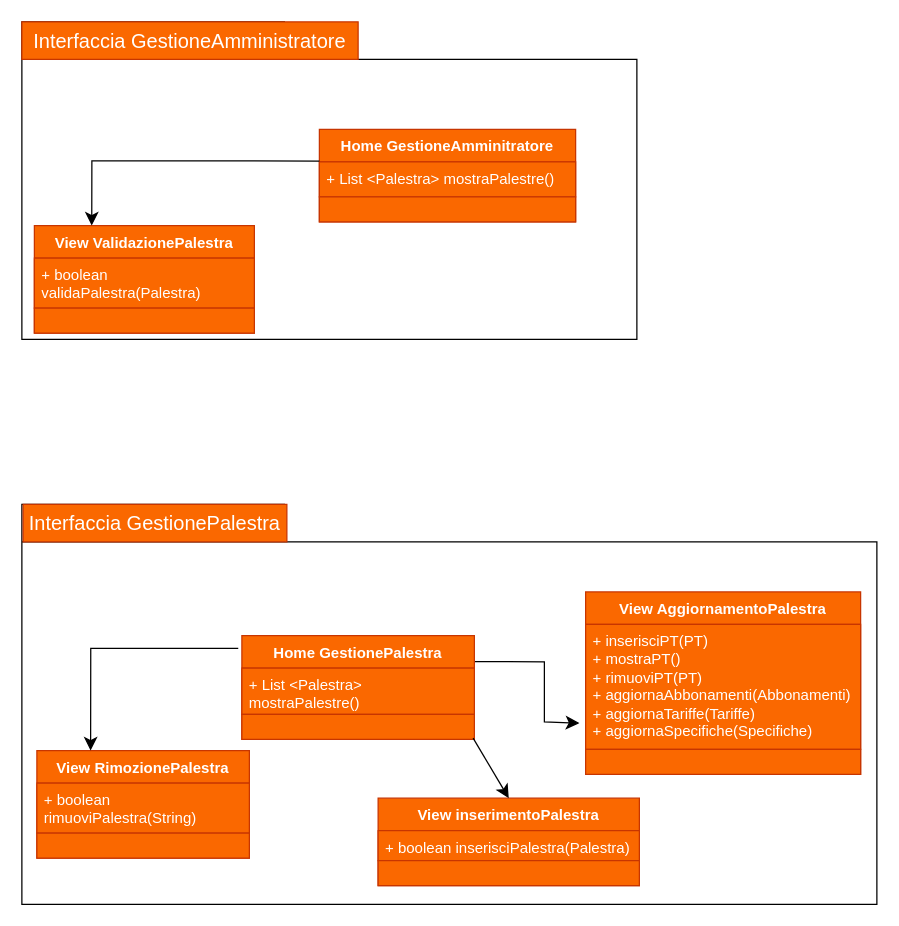
Earlier version of the draw.io diagram Diagrammi_Package/Classi/DPackageGestAmm.drawio (JosephBoom02/Progetto_Ingegneria_del_Software). Source tidied: cells renumbered, new cells numbered last; positions are measured from the earlier drawing's top-left corner, leaving out a move shared by most shapes. Both pictures are drawn from the tidied source at 125%, with x=0, y=0 at pixel (21, 21).
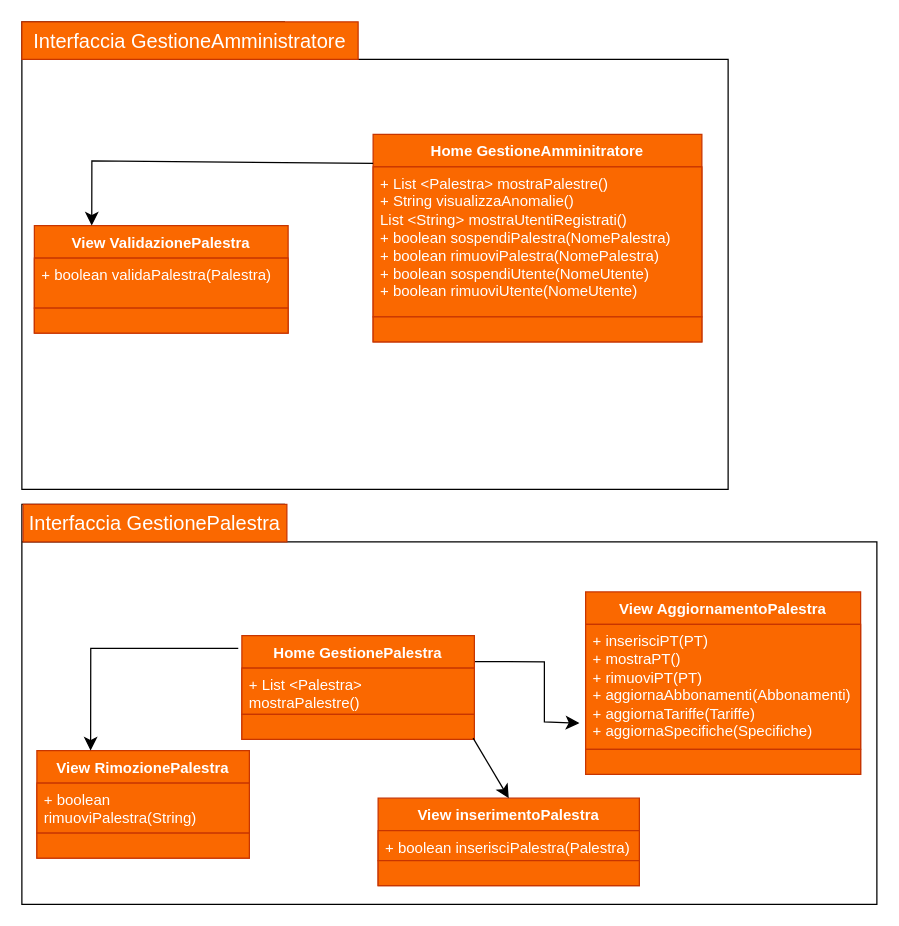
Above is the later version.

The edit, as a diff of the source:
```diff
@@
     <mxCell id="2" style="shape=folder;fontStyle=1;spacingTop=10;tabWidth=210;tabHeight=30;tabPosition=left;html=1;whiteSpace=wrap;" parent="1" vertex="1">
-      <mxGeometry width="492" height="254" as="geometry" />
+      <mxGeometry width="565" height="374" as="geometry" />
     </mxCell>
@@
     <mxCell id="5" value="&lt;font color=&quot;#ffffff&quot;&gt;View ValidazionePalestra&lt;br&gt;&lt;/font&gt;" style="swimlane;fontStyle=1;align=center;verticalAlign=top;horizontal=1;startSize=26;whiteSpace=wrap;html=1;fillColor=#fa6800;fontColor=#000000;strokeColor=#C73500;" parent="1" vertex="1">
-      <mxGeometry x="10" y="163" width="176" height="86" as="geometry" />
+      <mxGeometry x="10" y="163" width="203" height="86" as="geometry" />
     </mxCell>
     <mxCell id="6" value="&lt;font color=&quot;#ffffff&quot;&gt;+ boolean validaPalestra(Palestra)&lt;/font&gt;" style="text;strokeColor=#C73500;fillColor=#fa6800;align=left;verticalAlign=top;spacingLeft=4;spacingRight=4;overflow=hidden;whiteSpace=wrap;html=1;fontColor=#000000;" parent="5" vertex="1">
-      <mxGeometry y="26" width="176" height="40" as="geometry" />
+      <mxGeometry y="26" width="203" height="40" as="geometry" />
     </mxCell>
     <mxCell id="7" style="line;strokeWidth=1;fillColor=#fa6800;align=left;verticalAlign=middle;spacingTop=-1;spacingLeft=3;spacingRight=3;labelPosition=right;strokeColor=#FF8000;fontColor=#000000;" parent="5" vertex="1">
-      <mxGeometry y="66" width="176" as="geometry" />
+      <mxGeometry y="66" width="203" as="geometry" />
     </mxCell>
     <mxCell id="8" value="&lt;div&gt;&lt;br&gt;&lt;/div&gt;&lt;div&gt;&lt;br&gt;&lt;/div&gt;" style="text;strokeColor=#C73500;fillColor=#fa6800;align=left;verticalAlign=top;spacingLeft=4;spacingRight=4;overflow=hidden;whiteSpace=wrap;html=1;fontColor=#000000;" parent="5" vertex="1">
-      <mxGeometry y="66" width="176" height="20" as="geometry" />
+      <mxGeometry y="66" width="203" height="20" as="geometry" />
     </mxCell>
     <mxCell id="9" value="&lt;font color=&quot;#ffffff&quot;&gt;Home GestioneAmminitratore&lt;/font&gt;" style="swimlane;fontStyle=1;align=center;verticalAlign=top;horizontal=1;startSize=26;whiteSpace=wrap;html=1;fillColor=#fa6800;fontColor=#000000;strokeColor=#C73500;" parent="1" vertex="1">
-      <mxGeometry x="238" y="86" width="205" height="74" as="geometry" />
+      <mxGeometry x="281" y="90" width="263" height="166" as="geometry" />
     </mxCell>
-    <mxCell id="10" value="&lt;font color=&quot;#ffffff&quot;&gt;+ List &amp;lt;Palestra&amp;gt; mostraPalestre()&lt;/font&gt;" style="text;strokeColor=#C73500;fillColor=#fa6800;align=left;verticalAlign=top;spacingLeft=4;spacingRight=4;overflow=hidden;points=[[0,0.5],[1,0.5]];portConstraint=eastwest;whiteSpace=wrap;html=1;fontColor=#000000;" parent="9" vertex="1">
-      <mxGeometry y="26" width="205" height="28" as="geometry" />
+    <mxCell id="10" value="&lt;font color=&quot;#ffffff&quot;&gt;+ List &amp;lt;Palestra&amp;gt; mostraPalestre()&lt;/font&gt;&lt;div&gt;&lt;font color=&quot;#ffffff&quot;&gt;+ String visualizzaAnomalie()&lt;/font&gt;&lt;/div&gt;&lt;div&gt;&lt;font color=&quot;#ffffff&quot;&gt;List &amp;lt;String&amp;gt; mostraUtentiRegistrati()&lt;/font&gt;&lt;/div&gt;&lt;div&gt;&lt;font color=&quot;#ffffff&quot;&gt;+ boolean sospendiPalestra(NomePalestra)&lt;/font&gt;&lt;/div&gt;&lt;div&gt;&lt;font color=&quot;#ffffff&quot;&gt;+ boolean rimuoviPalestra(NomePalestra)&lt;/font&gt;&lt;/div&gt;&lt;div&gt;&lt;font color=&quot;#ffffff&quot;&gt;+ boolean sospendiUtente(NomeUtente)&lt;/font&gt;&lt;/div&gt;&lt;div&gt;&lt;font color=&quot;#ffffff&quot;&gt;+ boolean rimuoviUtente(NomeUtente)&lt;/font&gt;&lt;/div&gt;" style="text;strokeColor=#C73500;fillColor=#fa6800;align=left;verticalAlign=top;spacingLeft=4;spacingRight=4;overflow=hidden;points=[[0,0.5],[1,0.5]];portConstraint=eastwest;whiteSpace=wrap;html=1;fontColor=#000000;" parent="9" vertex="1">
+      <mxGeometry y="26" width="263" height="120" as="geometry" />
     </mxCell>
     <mxCell id="11" style="line;strokeWidth=1;fillColor=#fa6800;align=left;verticalAlign=middle;spacingTop=-1;spacingLeft=3;spacingRight=3;labelPosition=right;strokeColor=#FF8000;fontColor=#000000;" parent="9" vertex="1">
-      <mxGeometry y="54" width="205" as="geometry" />
+      <mxGeometry y="146" width="263" as="geometry" />
     </mxCell>
     <mxCell id="12" value="&lt;div&gt;&lt;br&gt;&lt;/div&gt;&lt;div&gt;&lt;br&gt;&lt;/div&gt;" style="text;strokeColor=#C73500;fillColor=#fa6800;align=left;verticalAlign=top;spacingLeft=4;spacingRight=4;overflow=hidden;whiteSpace=wrap;html=1;fontColor=#000000;" parent="9" vertex="1">
-      <mxGeometry y="54" width="205" height="20" as="geometry" />
+      <mxGeometry y="146" width="263" height="20" as="geometry" />
     </mxCell>
```
